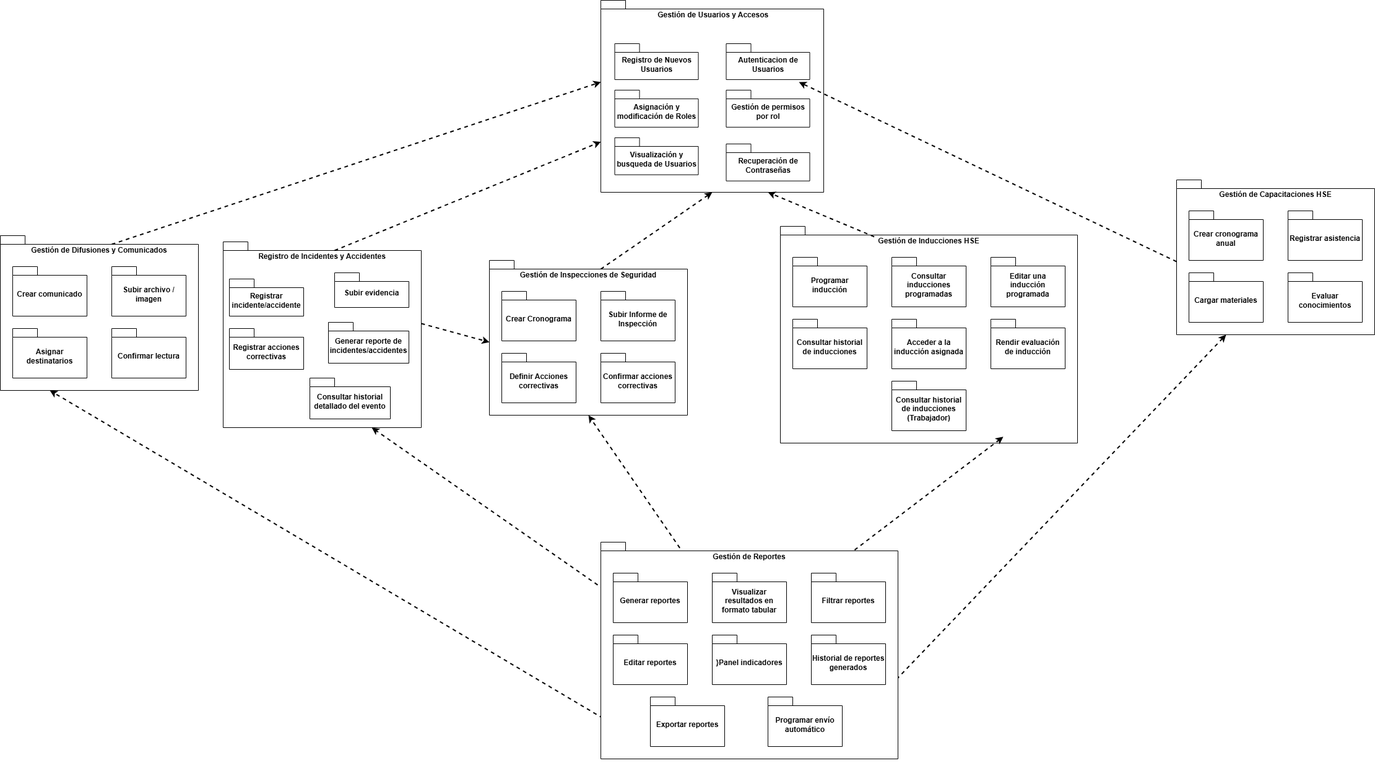
The draw.io diagram Images/Diagrama de Paquetes FINAL.png in fiis-bd251/bd251-grupo1, before a commit. Source tidied: cells renumbered, new cells last; positions are measured from the earlier drawing's top-left corner, leaving out a move shared by most shapes.
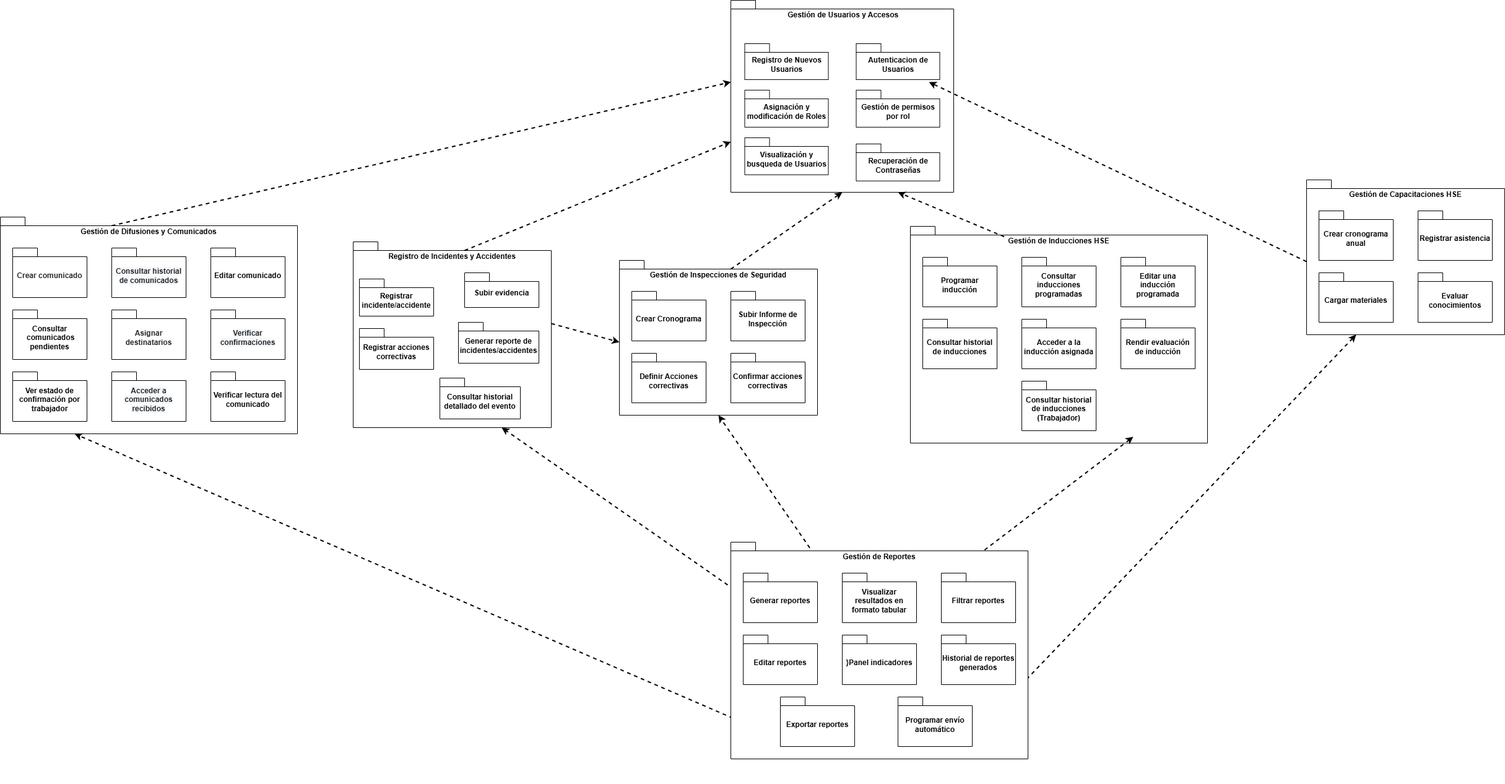
Above is the later version.

Commit message:
diagrama de paquetes

Change to the diagram source:
```diff
@@ -6,23 +6,35 @@
       <mxGeometry relative="1" as="geometry" />
     </mxCell>
     <mxCell id="3" style="group;" parent="1" vertex="1">
-      <mxGeometry y="380" width="320" height="250" as="geometry" />
+      <mxGeometry x="-50" y="450" width="320" height="250" as="geometry" />
     </mxCell>
     <mxCell id="4" value="Gestión de Difusiones y Comunicados" style="shape=folder;fontStyle=1;spacingTop=10;tabWidth=40;tabHeight=14;tabPosition=left;html=1;whiteSpace=wrap;align=center;textShadow=0;labelBorderColor=none;labelBackgroundColor=none;verticalAlign=top;" parent="3" vertex="1">
-      <mxGeometry width="320" height="250" as="geometry" />
+      <mxGeometry x="-160" y="-100" width="480" height="350" as="geometry" />
     </mxCell>
-    <mxCell id="5" value="Crear comunicado" style="shape=folder;fontStyle=1;spacingTop=10;tabWidth=40;tabHeight=14;tabPosition=left;html=1;whiteSpace=wrap;" parent="3" vertex="1">
+    <mxCell id="5" value="&lt;span style=&quot;color: rgb(31, 35, 40); text-align: start; background-color: rgb(255, 255, 255);&quot;&gt;&lt;font face=&quot;Helvetica&quot;&gt;Asignar destinatarios&lt;/font&gt;&lt;/span&gt;" style="shape=folder;fontStyle=1;spacingTop=10;tabWidth=40;tabHeight=14;tabPosition=left;html=1;whiteSpace=wrap;" parent="3" vertex="1">
       <mxGeometry x="20" y="50" width="120" height="80" as="geometry" />
     </mxCell>
-    <mxCell id="6" value="Subir archivo / imagen" style="shape=folder;fontStyle=1;spacingTop=10;tabWidth=40;tabHeight=14;tabPosition=left;html=1;whiteSpace=wrap;" parent="3" vertex="1">
+    <mxCell id="6" value="&lt;span style=&quot;color: rgb(31, 35, 40); text-align: start; background-color: rgb(246, 248, 250);&quot;&gt;&lt;font face=&quot;Helvetica&quot;&gt;Verificar confirmaciones&lt;/font&gt;&lt;/span&gt;" style="shape=folder;fontStyle=1;spacingTop=10;tabWidth=40;tabHeight=14;tabPosition=left;html=1;whiteSpace=wrap;" parent="3" vertex="1">
       <mxGeometry x="180" y="50" width="120" height="80" as="geometry" />
     </mxCell>
-    <mxCell id="7" value="Asignar destinatarios" style="shape=folder;fontStyle=1;spacingTop=10;tabWidth=40;tabHeight=14;tabPosition=left;html=1;whiteSpace=wrap;" parent="3" vertex="1">
+    <mxCell id="7" value="&lt;span style=&quot;color: rgb(31, 35, 40); text-align: start; background-color: rgb(246, 248, 250);&quot;&gt;&lt;font style=&quot;&quot; face=&quot;Helvetica&quot;&gt;Acceder a comunicados recibidos&lt;/font&gt;&lt;/span&gt;" style="shape=folder;fontStyle=1;spacingTop=10;tabWidth=40;tabHeight=14;tabPosition=left;html=1;whiteSpace=wrap;" parent="3" vertex="1">
       <mxGeometry x="20" y="150" width="120" height="80" as="geometry" />
     </mxCell>
-    <mxCell id="8" value="Confirmar lectura" style="shape=folder;fontStyle=1;spacingTop=10;tabWidth=40;tabHeight=14;tabPosition=left;html=1;whiteSpace=wrap;" parent="3" vertex="1">
+    <mxCell id="8" value="Verificar lectura del comunicado" style="shape=folder;fontStyle=1;spacingTop=10;tabWidth=40;tabHeight=14;tabPosition=left;whiteSpace=wrap;" parent="3" vertex="1">
       <mxGeometry x="180" y="150" width="120" height="80" as="geometry" />
     </mxCell>
+    <mxCell id="65" value="&lt;span style=&quot;color: rgb(31, 35, 40); text-align: start; background-color: rgb(246, 248, 250);&quot;&gt;&lt;font face=&quot;Helvetica&quot; style=&quot;&quot;&gt;Consultar historial de comunicados&lt;/font&gt;&lt;/span&gt;" style="shape=folder;fontStyle=1;spacingTop=10;tabWidth=40;tabHeight=14;tabPosition=left;html=1;whiteSpace=wrap;" parent="3" vertex="1">
+      <mxGeometry x="20" y="-50" width="120" height="80" as="geometry" />
+    </mxCell>
+    <mxCell id="66" value="Editar comunicado" style="shape=folder;fontStyle=1;spacingTop=10;tabWidth=40;tabHeight=14;tabPosition=left;whiteSpace=wrap;" parent="3" vertex="1">
+      <mxGeometry x="180" y="-50" width="120" height="80" as="geometry" />
+    </mxCell>
+    <mxCell id="67" value="Ver estado de confirmación por trabajador" style="shape=folder;fontStyle=1;spacingTop=10;tabWidth=40;tabHeight=14;tabPosition=left;whiteSpace=wrap;" parent="3" vertex="1">
+      <mxGeometry x="-140" y="150" width="120" height="80" as="geometry" />
+    </mxCell>
+    <mxCell id="68" value="Consultar&#10; comunicados&#10;pendientes" style="shape=folder;fontStyle=1;spacingTop=10;tabWidth=40;tabHeight=14;tabPosition=left;whiteSpace=wrap;flipV=0;labelBorderColor=none;fontColor=default;verticalAlign=middle;" parent="3" vertex="1">
+      <mxGeometry x="-140" y="50" width="120" height="80" as="geometry" />
+    </mxCell>
     <mxCell id="9" style="group;" parent="1" vertex="1">
       <mxGeometry x="970" width="360" height="350" as="geometry" />
     </mxCell>
@@ -191,5 +203,8 @@
     <mxCell id="64" value="Programar envío automático" style="shape=folder;fontStyle=1;spacingTop=10;tabWidth=40;tabHeight=14;tabPosition=left;html=1;whiteSpace=wrap;" parent="55" vertex="1">
       <mxGeometry x="270" y="250" width="120" height="80" as="geometry" />
     </mxCell>
+    <mxCell id="69" value="&lt;span style=&quot;color: rgb(31, 35, 40); text-align: start; background-color: rgb(255, 255, 255);&quot;&gt;&lt;font face=&quot;Helvetica&quot;&gt;Crear comunicado&lt;/font&gt;&lt;/span&gt;" style="shape=folder;fontStyle=1;spacingTop=10;tabWidth=40;tabHeight=14;tabPosition=left;html=1;whiteSpace=wrap;" parent="1" vertex="1">
+      <mxGeometry x="-190" y="400" width="120" height="80" as="geometry" />
+    </mxCell>
   </root>
 </mxGraphModel>
```
